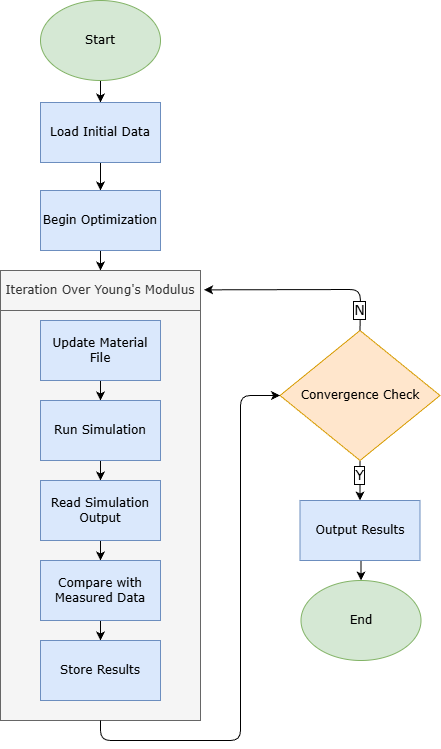
Before: images/fsi/Optimization_1.png, a diagram exported from draw.io (shrinidhihm/shrinidhihm.github.io). Source tidied: cells renumbered, new cells last; positions are measured from the earlier drawing's top-left corner, leaving out a move shared by most shapes.
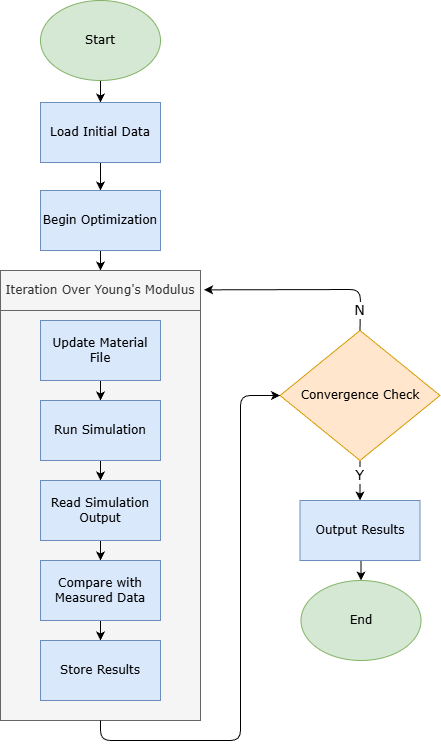
The same file after the commit.

Diff of the diagram source:
```diff
@@ -68,7 +68,7 @@
     <mxCell id="23" value="End" style="ellipse;whiteSpace=wrap;html=1;fontFamily=Verdana;fillColor=#d5e8d4;strokeColor=#82b366;" parent="1" vertex="1">
       <mxGeometry x="300.5" y="580" width="120" height="80" as="geometry" />
     </mxCell>
-    <mxCell id="24" value="Y" style="text;html=1;align=center;verticalAlign=middle;strokeColor=none;fillColor=none;fontSize=14;fontFamily=Verdana;labelBackgroundColor=default;labelBorderColor=default;" parent="1" vertex="1">
+    <mxCell id="24" value="Y" style="text;html=1;align=center;verticalAlign=middle;strokeColor=none;fillColor=none;fontSize=14;fontFamily=Verdana;labelBackgroundColor=default;labelBorderColor=none;" parent="1" vertex="1">
       <mxGeometry x="343.5" y="460" width="30" height="30" as="geometry" />
     </mxCell>
     <mxCell id="25" style="endArrow=classic;html=1;rounded=1;exitX=0.5;exitY=0;exitDx=0;exitDy=0;entryX=1.018;entryY=0.043;entryDx=0;entryDy=0;entryPerimeter=0;curved=0;" parent="1" edge="1" source="20" target="8">
@@ -87,7 +87,7 @@
         </Array>
       </mxGeometry>
     </mxCell>
-    <mxCell id="27" value="N" style="text;html=1;align=center;verticalAlign=middle;strokeColor=none;fillColor=none;fontSize=14;fontFamily=Verdana;labelBorderColor=default;labelBackgroundColor=default;" parent="1" vertex="1">
+    <mxCell id="27" value="N" style="text;html=1;align=center;verticalAlign=middle;strokeColor=none;fillColor=none;fontSize=14;fontFamily=Verdana;labelBorderColor=none;labelBackgroundColor=default;" parent="1" vertex="1">
       <mxGeometry x="344" y="295" width="30" height="30" as="geometry" />
     </mxCell>
   </root>
```
